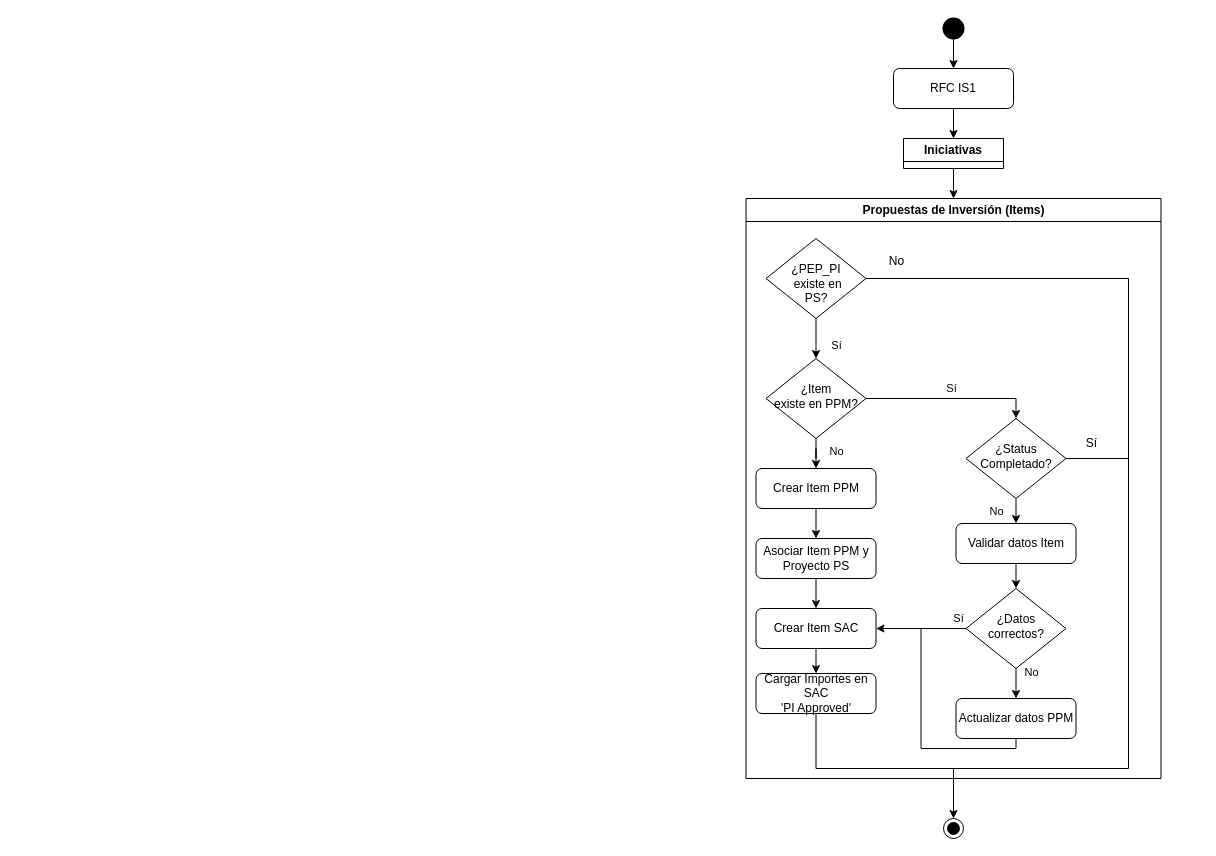
This is RICEFW02.drawio from thiago-c-araujo/Myrep, a draw.io file, before an edit. Source tidied: cells renumbered, new cells numbered last; positions are measured from the earlier drawing's top-left corner, leaving out a move shared by most shapes. Both pictures are drawn from the tidied source at 100%, with x=0, y=0 at pixel (746, 18).
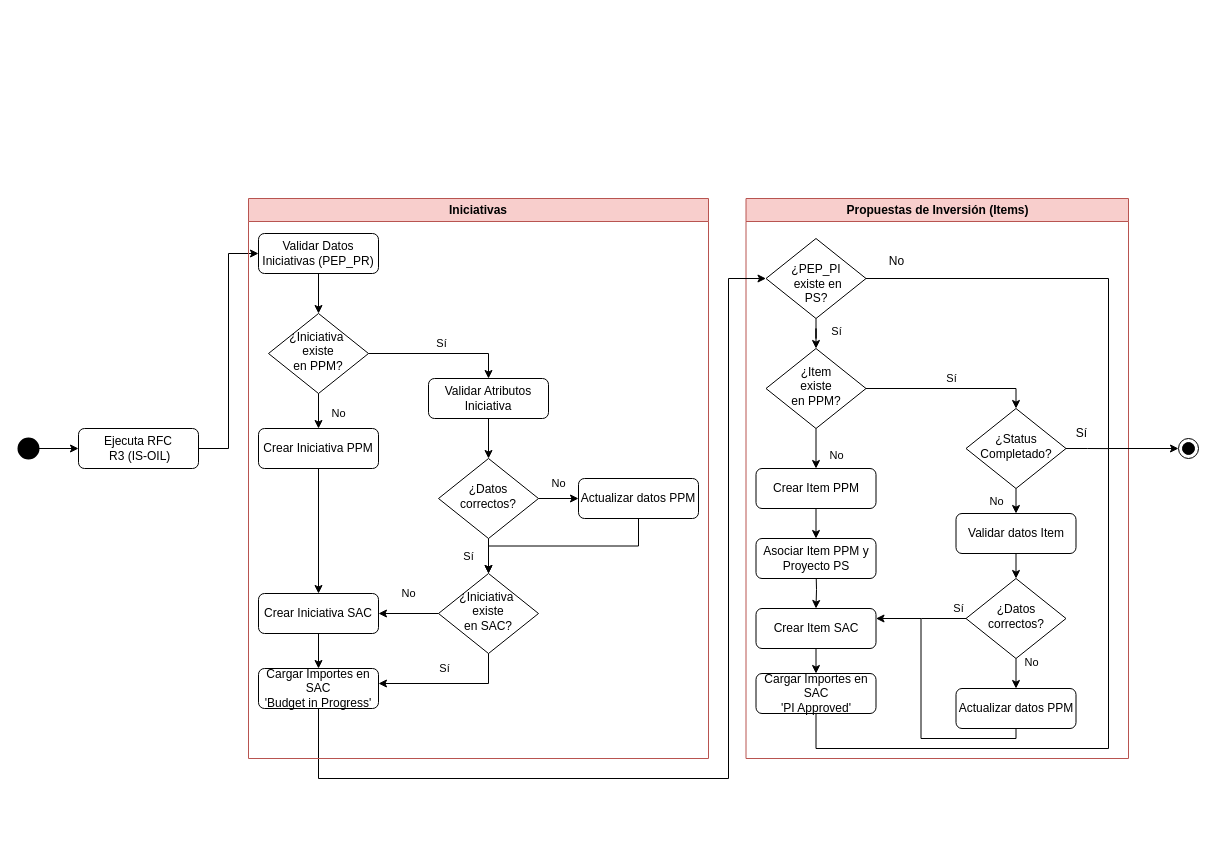
The same page after the edit.

Unchanged cells that the change refers to:
```xml
<mxCell id="4" value="Crear Item PPM" style="rounded=1;whiteSpace=wrap;html=1;fontSize=12;glass=0;strokeWidth=1;shadow=0;" parent="2" vertex="1">
  <mxGeometry x="10" y="270" width="120" height="40" as="geometry" />
</mxCell>
<mxCell id="8" value="Cargar Importes en SAC&lt;br&gt;'PI Approved'" style="rounded=1;whiteSpace=wrap;html=1;fontSize=12;glass=0;strokeWidth=1;shadow=0;" parent="2" vertex="1">
  <mxGeometry x="10" y="475" width="120" height="40" as="geometry" />
</mxCell>
<mxCell id="14" value="Crear Item SAC" style="rounded=1;whiteSpace=wrap;html=1;fontSize=12;glass=0;strokeWidth=1;shadow=0;" parent="2" vertex="1">
  <mxGeometry x="10" y="410" width="120" height="40" as="geometry" />
</mxCell>
<mxCell id="19" value="&lt;br&gt;¿PEP_PI&lt;br&gt;&amp;nbsp;existe en&lt;br&gt;PS?" style="rhombus;whiteSpace=wrap;html=1;shadow=0;fontFamily=Helvetica;fontSize=12;align=center;strokeWidth=1;spacing=6;spacingTop=-4;" parent="2" vertex="1">
  <mxGeometry x="20" y="40" width="100" height="80" as="geometry" />
</mxCell>
<mxCell id="23" value="Asociar Item PPM y Proyecto PS" style="rounded=1;whiteSpace=wrap;html=1;fontSize=12;glass=0;strokeWidth=1;shadow=0;" parent="2" vertex="1">
  <mxGeometry x="10" y="340" width="120" height="40" as="geometry" />
</mxCell>
```

What changed in the source:
```diff
@@
-    <mxCell id="2" value="Propuestas de Inversión (Items)" style="swimlane;whiteSpace=wrap;html=1;startSize=23;" parent="1" vertex="1">
-      <mxGeometry x="-0.5" y="180" width="415" height="580" as="geometry" />
+    <mxCell id="2" value="Propuestas de Inversión (Items)" style="swimlane;whiteSpace=wrap;html=1;startSize=23;fillColor=#f8cecc;strokeColor=#b85450;" parent="1" vertex="1">
+      <mxGeometry x="-0.5" y="180" width="382.5" height="560" as="geometry" />
     </mxCell>
-    <mxCell id="3" value="¿Item &lt;br&gt;existe en PPM?" style="rhombus;whiteSpace=wrap;html=1;shadow=0;fontFamily=Helvetica;fontSize=12;align=center;strokeWidth=1;spacing=6;spacingTop=-4;" parent="2" vertex="1">
-      <mxGeometry x="20" y="160" width="100" height="80" as="geometry" />
+    <mxCell id="3" value="¿Item &lt;br&gt;existe &lt;br&gt;en PPM?" style="rhombus;whiteSpace=wrap;html=1;shadow=0;fontFamily=Helvetica;fontSize=12;align=center;strokeWidth=1;spacing=6;spacingTop=-4;" parent="2" vertex="1">
+      <mxGeometry x="20" y="150" width="100" height="80" as="geometry" />
     </mxCell>
+    <mxCell id="16" style="edgeStyle=orthogonalEdgeStyle;rounded=0;jettySize=auto;html=1;exitX=0.5;exitY=1;exitDx=0;exitDy=0;entryX=0.5;entryY=0;entryDx=0;entryDy=0;" parent="2" edge="1" source="4" target="23">
+      <mxGeometry relative="1" as="geometry" />
+    </mxCell>
@@
-    <mxCell id="5" value="No" style="rounded=0;html=1;jettySize=auto;fontSize=11;endArrow=classic;endFill=1;endSize=6;strokeWidth=1;shadow=0;labelBackgroundColor=none;edgeStyle=orthogonalEdgeStyle;" parent="2" edge="1" source="3" target="4">
+    <mxCell id="5" value="No" style="rounded=0;html=1;jettySize=auto;fontSize=11;endArrow=classic;endFill=1;endSize=6;strokeWidth=1;shadow=0;labelBackgroundColor=none;edgeStyle=orthogonalEdgeStyle;entryX=0.5;entryY=0;entryDx=0;entryDy=0;" parent="2" edge="1" source="3" target="4">
       <mxGeometry x="0.33" y="20" relative="1" as="geometry" />
     </mxCell>
     <mxCell id="6" value="Sí" style="edgeStyle=orthogonalEdgeStyle;rounded=0;html=1;jettySize=auto;fontSize=11;endArrow=classic;endFill=1;strokeWidth=1;shadow=0;labelBackgroundColor=none;entryX=0.5;entryY=0;entryDx=0;entryDy=0;" parent="2" edge="1" source="3" target="10">
       <mxGeometry y="10" relative="1" as="geometry">
         <Array as="points">
-          <mxPoint x="270" y="200" />
+          <mxPoint x="270" y="190" />
         </Array>
       </mxGeometry>
     </mxCell>
-    <mxCell id="7" style="edgeStyle=orthogonalEdgeStyle;rounded=0;jettySize=auto;html=1;exitX=0.5;exitY=1;exitDx=0;exitDy=0;entryX=0.5;entryY=1;entryDx=0;entryDy=0;endArrow=none;endFill=0;" parent="2" edge="1" source="8" target="2">
-      <mxGeometry relative="1" as="geometry">
-        <Array as="points">
-          <mxPoint x="70" y="570" />
-          <mxPoint x="208" y="570" />
-        </Array>
-      </mxGeometry>
-    </mxCell>
+    <mxCell id="36" style="edgeStyle=orthogonalEdgeStyle;rounded=0;jettySize=auto;html=1;exitX=0.5;exitY=1;exitDx=0;exitDy=0;endArrow=none;endFill=0;" parent="2" edge="1" source="8">
+      <mxGeometry relative="1" as="geometry">
+        <mxPoint x="362.5" y="250" as="targetPoint" />
+        <Array as="points">
+          <mxPoint x="70" y="550" />
+          <mxPoint x="363" y="550" />
+        </Array>
+      </mxGeometry>
+    </mxCell>
@@
-    <mxCell id="9" style="rounded=0;jettySize=auto;html=1;exitX=1;exitY=0.5;exitDx=0;exitDy=0;strokeColor=default;endArrow=none;endFill=0;" parent="2" edge="1" source="10">
-      <mxGeometry relative="1" as="geometry">
-        <mxPoint x="382.5" y="260" as="targetPoint" />
-      </mxGeometry>
-    </mxCell>
+    <mxCell id="37" style="edgeStyle=orthogonalEdgeStyle;rounded=0;jettySize=auto;html=1;exitX=1;exitY=0.5;exitDx=0;exitDy=0;endArrow=none;endFill=0;" parent="2" edge="1" source="10">
+      <mxGeometry relative="1" as="geometry">
+        <mxPoint x="362.5" y="250.1" as="targetPoint" />
+      </mxGeometry>
+    </mxCell>
     <mxCell id="10" value="¿Status Completado?" style="rhombus;whiteSpace=wrap;html=1;shadow=0;fontFamily=Helvetica;fontSize=12;align=center;strokeWidth=1;spacing=6;spacingTop=-4;" parent="2" vertex="1">
-      <mxGeometry x="220" y="220" width="100" height="80" as="geometry" />
+      <mxGeometry x="220" y="210" width="100" height="80" as="geometry" />
     </mxCell>
     <mxCell id="11" value="¿Datos correctos?" style="rhombus;shadow=0;fontFamily=Helvetica;fontSize=12;align=center;strokeWidth=1;spacing=6;spacingTop=-4;html=1;labelPosition=center;verticalLabelPosition=middle;verticalAlign=middle;whiteSpace=wrap;" parent="2" vertex="1">
-      <mxGeometry x="220" y="390" width="100" height="80" as="geometry" />
+      <mxGeometry x="220" y="380" width="100" height="80" as="geometry" />
     </mxCell>
     <mxCell id="12" value="No" style="edgeStyle=orthogonalEdgeStyle;rounded=0;html=1;jettySize=auto;fontSize=11;endArrow=classic;endFill=1;strokeWidth=1;shadow=0;labelBackgroundColor=none;exitX=0.5;exitY=1;exitDx=0;exitDy=0;entryX=0.5;entryY=0;entryDx=0;entryDy=0;" parent="2" edge="1" source="10" target="18">
       <mxGeometry y="-20" relative="1" as="geometry">
         <Array as="points">
-          <mxPoint x="270" y="320" />
+          <mxPoint x="270" y="310" />
         </Array>
       </mxGeometry>
     </mxCell>
-    <mxCell id="13" style="edgeStyle=orthogonalEdgeStyle;rounded=0;jettySize=auto;html=1;exitX=0.5;exitY=1;exitDx=0;exitDy=0;entryX=0.5;entryY=0;entryDx=0;entryDy=0;" parent="2" edge="1" source="14" target="8">
-      <mxGeometry relative="1" as="geometry" />
+    <mxCell id="13" style="edgeStyle=orthogonalEdgeStyle;rounded=0;jettySize=auto;html=1;exitX=0.5;exitY=1;exitDx=0;exitDy=0;entryX=0.5;entryY=0;entryDx=0;entryDy=0;" parent="2" edge="1" target="8">
+      <mxGeometry relative="1" as="geometry">
+        <mxPoint x="70" y="440" as="sourcePoint" />
+      </mxGeometry>
     </mxCell>
@@
-    <mxCell id="15" value="Sí" style="edgeStyle=orthogonalEdgeStyle;rounded=0;html=1;jettySize=auto;fontSize=11;endArrow=classic;endFill=1;strokeWidth=1;shadow=0;labelBackgroundColor=none;exitX=0;exitY=0.5;exitDx=0;exitDy=0;entryX=1;entryY=0.5;entryDx=0;entryDy=0;" parent="2" edge="1" source="11" target="14">
-      <mxGeometry x="-0.82" y="-10" relative="1" as="geometry" />
+    <mxCell id="15" value="Sí" style="edgeStyle=orthogonalEdgeStyle;rounded=0;html=1;jettySize=auto;fontSize=11;endArrow=classic;endFill=1;strokeWidth=1;shadow=0;labelBackgroundColor=none;exitX=0;exitY=0.5;exitDx=0;exitDy=0;entryX=1;entryY=0.5;entryDx=0;entryDy=0;" parent="2" edge="1" source="11">
+      <mxGeometry x="-0.82" y="-10" relative="1" as="geometry">
+        <mxPoint x="130" y="420" as="targetPoint" />
+      </mxGeometry>
     </mxCell>
-    <mxCell id="16" style="edgeStyle=orthogonalEdgeStyle;rounded=0;jettySize=auto;html=1;exitX=0.5;exitY=1;exitDx=0;exitDy=0;entryX=0.5;entryY=0;entryDx=0;entryDy=0;" parent="2" edge="1" source="4" target="23">
-      <mxGeometry relative="1" as="geometry" />
-    </mxCell>
@@
     <mxCell id="18" value="Validar datos Item" style="rounded=1;whiteSpace=wrap;html=1;fontSize=12;glass=0;strokeWidth=1;shadow=0;" parent="2" vertex="1">
-      <mxGeometry x="210" y="325" width="120" height="40" as="geometry" />
+      <mxGeometry x="210" y="315" width="120" height="40" as="geometry" />
     </mxCell>
@@
-    <mxCell id="22" style="edgeStyle=orthogonalEdgeStyle;rounded=0;jettySize=auto;html=1;exitX=0.5;exitY=1;exitDx=0;exitDy=0;entryX=0.5;entryY=0;entryDx=0;entryDy=0;" parent="2" edge="1" source="23" target="14">
-      <mxGeometry relative="1" as="geometry" />
+    <mxCell id="22" style="edgeStyle=orthogonalEdgeStyle;rounded=0;jettySize=auto;html=1;exitX=0.5;exitY=1;exitDx=0;exitDy=0;entryX=0.5;entryY=0;entryDx=0;entryDy=0;" parent="2" edge="1" target="14">
+      <mxGeometry relative="1" as="geometry">
+        <mxPoint x="70" y="370" as="sourcePoint" />
+      </mxGeometry>
     </mxCell>
@@
     <mxCell id="24" style="edgeStyle=orthogonalEdgeStyle;rounded=0;jettySize=auto;html=1;exitX=0.5;exitY=1;exitDx=0;exitDy=0;endArrow=none;endFill=0;" parent="2" edge="1" source="26">
       <mxGeometry relative="1" as="geometry">
-        <mxPoint x="175" y="430" as="targetPoint" />
+        <mxPoint x="175" y="420" as="targetPoint" />
         <Array as="points">
-          <mxPoint x="270" y="550" />
-          <mxPoint x="175" y="550" />
+          <mxPoint x="270" y="540" />
+          <mxPoint x="175" y="540" />
         </Array>
       </mxGeometry>
     </mxCell>
     <mxCell id="25" value="No" style="rounded=0;html=1;jettySize=auto;fontSize=11;endArrow=classic;endFill=1;endSize=6;strokeWidth=1;shadow=0;labelBackgroundColor=none;edgeStyle=orthogonalEdgeStyle;entryX=0.5;entryY=0;entryDx=0;entryDy=0;exitX=0.5;exitY=1;exitDx=0;exitDy=0;" parent="2" edge="1" source="11" target="26">
       <mxGeometry x="-0.71" y="15" relative="1" as="geometry">
         <Array as="points">
-          <mxPoint x="270" y="500" />
-          <mxPoint x="270" y="500" />
+          <mxPoint x="270" y="490" />
+          <mxPoint x="270" y="490" />
         </Array>
       </mxGeometry>
     </mxCell>
     <mxCell id="26" value="Actualizar datos PPM" style="rounded=1;whiteSpace=wrap;html=1;fontSize=12;glass=0;strokeWidth=1;shadow=0;" parent="2" vertex="1">
-      <mxGeometry x="210" y="500" width="120" height="40" as="geometry" />
+      <mxGeometry x="210" y="490" width="120" height="40" as="geometry" />
     </mxCell>
     <mxCell id="27" value="Sí" style="text;html=1;align=center;verticalAlign=middle;strokeColor=none;fillColor=none;" parent="2" vertex="1">
-      <mxGeometry x="330" y="230" width="30" height="30" as="geometry" />
+      <mxGeometry x="320" y="220" width="30" height="30" as="geometry" />
     </mxCell>
-    <mxCell id="28" style="edgeStyle=orthogonalEdgeStyle;rounded=0;jettySize=auto;html=1;exitX=0.5;exitY=1;exitDx=0;exitDy=0;entryX=0.5;entryY=0;entryDx=0;entryDy=0;" parent="1" edge="1" source="29" target="33">
+    <mxCell id="28" style="edgeStyle=orthogonalEdgeStyle;rounded=0;jettySize=auto;html=1;exitX=1;exitY=0.5;exitDx=0;exitDy=0;entryX=0;entryY=0.5;entryDx=0;entryDy=0;" parent="1" edge="1" source="29" target="43">
       <mxGeometry relative="1" as="geometry" />
     </mxCell>
-    <mxCell id="29" value="RFC IS1" style="rounded=1;whiteSpace=wrap;html=1;fontSize=12;glass=0;strokeWidth=1;shadow=0;" parent="1" vertex="1">
-      <mxGeometry x="147" y="50" width="120" height="40" as="geometry" />
+    <mxCell id="29" value="Ejecuta RFC&lt;br&gt;&amp;nbsp;R3 (IS-OIL)" style="rounded=1;whiteSpace=wrap;html=1;fontSize=12;glass=0;strokeWidth=1;shadow=0;" parent="1" vertex="1">
+      <mxGeometry x="-668" y="410" width="120" height="40" as="geometry" />
     </mxCell>
-    <mxCell id="30" style="edgeStyle=orthogonalEdgeStyle;rounded=0;jettySize=auto;html=1;exitX=0.5;exitY=1;exitDx=0;exitDy=0;exitPerimeter=0;entryX=0.5;entryY=0;entryDx=0;entryDy=0;" parent="1" edge="1" source="31" target="29">
+    <mxCell id="30" style="edgeStyle=orthogonalEdgeStyle;rounded=0;jettySize=auto;html=1;exitX=1;exitY=0.5;exitDx=0;exitDy=0;exitPerimeter=0;entryX=0;entryY=0.5;entryDx=0;entryDy=0;" parent="1" edge="1" source="31" target="29">
       <mxGeometry relative="1" as="geometry" />
     </mxCell>
     <mxCell id="31" style="strokeWidth=2;html=1;shape=mxgraph.flowchart.start_2;whiteSpace=wrap;fillColor=#000000;" parent="1" vertex="1">
-      <mxGeometry x="197" width="20" height="20" as="geometry" />
+      <mxGeometry x="-728" y="420" width="20" height="20" as="geometry" />
     </mxCell>
-    <mxCell id="32" style="edgeStyle=orthogonalEdgeStyle;rounded=0;jettySize=auto;html=1;exitX=0.5;exitY=1;exitDx=0;exitDy=0;entryX=0.5;entryY=0;entryDx=0;entryDy=0;" parent="1" edge="1" source="33" target="2">
-      <mxGeometry relative="1" as="geometry" />
+    <mxCell id="32" style="edgeStyle=orthogonalEdgeStyle;rounded=0;jettySize=auto;html=1;exitX=0.5;exitY=1;exitDx=0;exitDy=0;entryX=0;entryY=0.5;entryDx=0;entryDy=0;" parent="1" edge="1" source="44" target="19">
+      <mxGeometry relative="1" as="geometry">
+        <Array as="points">
+          <mxPoint x="-428" y="760" />
+          <mxPoint x="-18" y="760" />
+          <mxPoint x="-18" y="260" />
+        </Array>
+      </mxGeometry>
     </mxCell>
-    <mxCell id="33" value="Iniciativas" style="swimlane;whiteSpace=wrap;html=1;" parent="1" vertex="1" collapsed="1">
-      <mxGeometry x="157" y="120" width="100" height="30" as="geometry" />
+    <mxCell id="33" value="Iniciativas" style="swimlane;whiteSpace=wrap;html=1;fillColor=#f8cecc;strokeColor=#b85450;" parent="1" vertex="1">
+      <mxGeometry x="-498" y="180" width="460" height="560" as="geometry" />
     </mxCell>
+    <mxCell id="38" value="¿Iniciativa&amp;nbsp; existe &lt;br&gt;en PPM?" style="rhombus;whiteSpace=wrap;html=1;shadow=0;fontFamily=Helvetica;fontSize=12;align=center;strokeWidth=1;spacing=6;spacingTop=-4;" parent="33" vertex="1">
+      <mxGeometry x="20" y="115" width="100" height="80" as="geometry" />
+    </mxCell>
+    <mxCell id="39" value="No" style="rounded=0;html=1;jettySize=auto;fontSize=11;endArrow=classic;endFill=1;endSize=6;strokeWidth=1;shadow=0;labelBackgroundColor=none;edgeStyle=orthogonalEdgeStyle;" parent="33" edge="1" source="38" target="57">
+      <mxGeometry x="0.33" y="20" relative="1" as="geometry" />
+    </mxCell>
+    <mxCell id="40" value="Validar Atributos Iniciativa" style="rounded=1;whiteSpace=wrap;html=1;fontSize=12;glass=0;strokeWidth=1;shadow=0;" parent="33" vertex="1">
+      <mxGeometry x="180" y="180" width="120" height="40" as="geometry" />
+    </mxCell>
+    <mxCell id="41" value="Sí" style="edgeStyle=orthogonalEdgeStyle;rounded=0;html=1;jettySize=auto;fontSize=11;endArrow=classic;endFill=1;strokeWidth=1;shadow=0;labelBackgroundColor=none;" parent="33" edge="1" source="38" target="40">
+      <mxGeometry y="10" relative="1" as="geometry">
+        <Array as="points">
+          <mxPoint x="240" y="155" />
+        </Array>
+      </mxGeometry>
+    </mxCell>
+    <mxCell id="42" style="edgeStyle=orthogonalEdgeStyle;rounded=0;jettySize=auto;html=1;exitX=0.5;exitY=1;exitDx=0;exitDy=0;entryX=0.5;entryY=0;entryDx=0;entryDy=0;" parent="33" edge="1" source="43" target="38">
+      <mxGeometry relative="1" as="geometry" />
+    </mxCell>
+    <mxCell id="43" value="Validar Datos Iniciativas (PEP_PR)" style="rounded=1;whiteSpace=wrap;html=1;fontSize=12;glass=0;strokeWidth=1;shadow=0;" parent="33" vertex="1">
+      <mxGeometry x="10" y="35" width="120" height="40" as="geometry" />
+    </mxCell>
+    <mxCell id="44" value="Cargar Importes en SAC&lt;br&gt;'Budget in Progress'" style="rounded=1;whiteSpace=wrap;html=1;fontSize=12;glass=0;strokeWidth=1;shadow=0;" parent="33" vertex="1">
+      <mxGeometry x="10" y="470" width="120" height="40" as="geometry" />
+    </mxCell>
+    <mxCell id="45" value="¿Datos correctos?" style="rhombus;whiteSpace=wrap;html=1;shadow=0;fontFamily=Helvetica;fontSize=12;align=center;strokeWidth=1;spacing=6;spacingTop=-4;" parent="33" vertex="1">
+      <mxGeometry x="190" y="260" width="100" height="80" as="geometry" />
+    </mxCell>
+    <mxCell id="46" style="edgeStyle=orthogonalEdgeStyle;rounded=0;jettySize=auto;html=1;exitX=0.5;exitY=1;exitDx=0;exitDy=0;entryX=0.5;entryY=0;entryDx=0;entryDy=0;" parent="33" edge="1" source="40" target="45">
+      <mxGeometry relative="1" as="geometry" />
+    </mxCell>
+    <mxCell id="47" style="edgeStyle=orthogonalEdgeStyle;rounded=0;jettySize=auto;html=1;exitX=0.5;exitY=1;exitDx=0;exitDy=0;entryX=0.5;entryY=0;entryDx=0;entryDy=0;" parent="33" edge="1" source="56" target="49">
+      <mxGeometry relative="1" as="geometry" />
+    </mxCell>
+    <mxCell id="48" value="No" style="rounded=0;html=1;jettySize=auto;fontSize=11;endArrow=classic;endFill=1;endSize=6;strokeWidth=1;shadow=0;labelBackgroundColor=none;edgeStyle=orthogonalEdgeStyle;entryX=0;entryY=0.5;entryDx=0;entryDy=0;" parent="33" edge="1" target="56">
+      <mxGeometry y="15" relative="1" as="geometry">
+        <mxPoint x="290" y="300" as="sourcePoint" />
+        <Array as="points">
+          <mxPoint x="330" y="300" />
+        </Array>
+      </mxGeometry>
+    </mxCell>
+    <mxCell id="49" value="¿Iniciativa&amp;nbsp; existe&lt;br&gt;en SAC?" style="rhombus;shadow=0;fontFamily=Helvetica;fontSize=12;align=center;strokeWidth=1;spacing=6;spacingTop=-4;html=1;labelPosition=center;verticalLabelPosition=middle;verticalAlign=middle;whiteSpace=wrap;" parent="33" vertex="1">
+      <mxGeometry x="190" y="375" width="100" height="80" as="geometry" />
+    </mxCell>
+    <mxCell id="50" value="Sí" style="edgeStyle=orthogonalEdgeStyle;rounded=0;html=1;jettySize=auto;fontSize=11;endArrow=classic;endFill=1;strokeWidth=1;shadow=0;labelBackgroundColor=none;exitX=0.5;exitY=1;exitDx=0;exitDy=0;entryX=0.5;entryY=0;entryDx=0;entryDy=0;" parent="33" edge="1" source="45" target="49">
+      <mxGeometry y="-20" relative="1" as="geometry">
+        <Array as="points">
+          <mxPoint x="240" y="350" />
+          <mxPoint x="240" y="350" />
+        </Array>
+      </mxGeometry>
+    </mxCell>
+    <mxCell id="51" style="edgeStyle=orthogonalEdgeStyle;rounded=0;jettySize=auto;html=1;exitX=0.5;exitY=1;exitDx=0;exitDy=0;entryX=0.5;entryY=0;entryDx=0;entryDy=0;" parent="33" edge="1" source="52" target="44">
+      <mxGeometry relative="1" as="geometry" />
+    </mxCell>
+    <mxCell id="52" value="Crear Iniciativa SAC" style="rounded=1;whiteSpace=wrap;html=1;fontSize=12;glass=0;strokeWidth=1;shadow=0;" parent="33" vertex="1">
+      <mxGeometry x="10" y="395" width="120" height="40" as="geometry" />
+    </mxCell>
+    <mxCell id="53" value="No" style="edgeStyle=orthogonalEdgeStyle;rounded=0;html=1;jettySize=auto;fontSize=11;endArrow=classic;endFill=1;strokeWidth=1;shadow=0;labelBackgroundColor=none;exitX=0;exitY=0.5;exitDx=0;exitDy=0;entryX=1;entryY=0.5;entryDx=0;entryDy=0;" parent="33" edge="1" source="49" target="52">
+      <mxGeometry y="-20" relative="1" as="geometry" />
+    </mxCell>
+    <mxCell id="54" style="edgeStyle=orthogonalEdgeStyle;rounded=0;jettySize=auto;html=1;exitX=0.5;exitY=1;exitDx=0;exitDy=0;entryX=0.5;entryY=0;entryDx=0;entryDy=0;" parent="33" edge="1" source="57" target="52">
+      <mxGeometry relative="1" as="geometry" />
+    </mxCell>
+    <mxCell id="55" value="Sí" style="edgeStyle=orthogonalEdgeStyle;rounded=0;html=1;jettySize=auto;fontSize=11;endArrow=classic;endFill=1;strokeWidth=1;shadow=0;labelBackgroundColor=none;exitX=0.5;exitY=1;exitDx=0;exitDy=0;entryX=1;entryY=0.5;entryDx=0;entryDy=0;" parent="33" edge="1" source="49">
+      <mxGeometry x="0.06" y="-15" relative="1" as="geometry">
+        <mxPoint x="130" y="485" as="targetPoint" />
+        <Array as="points">
+          <mxPoint x="240" y="485" />
+        </Array>
+      </mxGeometry>
+    </mxCell>
+    <mxCell id="56" value="Actualizar datos PPM" style="rounded=1;whiteSpace=wrap;html=1;fontSize=12;glass=0;strokeWidth=1;shadow=0;" parent="33" vertex="1">
+      <mxGeometry x="330" y="280" width="120" height="40" as="geometry" />
+    </mxCell>
+    <mxCell id="57" value="Crear Iniciativa PPM" style="rounded=1;whiteSpace=wrap;html=1;fontSize=12;glass=0;strokeWidth=1;shadow=0;" parent="33" vertex="1">
+      <mxGeometry x="10" y="230" width="120" height="40" as="geometry" />
+    </mxCell>
     <mxCell id="34" style="ellipse;html=1;shape=endState;fillColor=#000000;strokeColor=#000000;" parent="1" vertex="1">
-      <mxGeometry x="197" y="800" width="20" height="20" as="geometry" />
+      <mxGeometry x="432" y="420" width="20" height="20" as="geometry" />
     </mxCell>
-    <mxCell id="35" style="edgeStyle=orthogonalEdgeStyle;rounded=0;jettySize=auto;html=1;exitX=1;exitY=0.5;exitDx=0;exitDy=0;entryX=0.5;entryY=0;entryDx=0;entryDy=0;" parent="1" edge="1" source="19" target="34">
+    <mxCell id="35" style="edgeStyle=orthogonalEdgeStyle;rounded=0;jettySize=auto;html=1;exitX=1;exitY=0.5;exitDx=0;exitDy=0;entryX=0;entryY=0.5;entryDx=0;entryDy=0;" parent="1" edge="1" source="19" target="34">
       <mxGeometry relative="1" as="geometry">
         <Array as="points">
-          <mxPoint x="382" y="260" />
-          <mxPoint x="382" y="750" />
-          <mxPoint x="207" y="750" />
+          <mxPoint x="362" y="260" />
+          <mxPoint x="362" y="430" />
         </Array>
       </mxGeometry>
     </mxCell>
```
